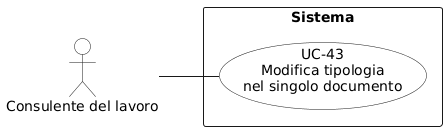
Above: RTB/Analisi dei Requisiti/diagrammi_use_case/UC-43.png in aLittleByte-19/Documentazione (PlantUML), before the change.
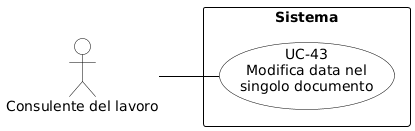
After the change.

The edit, as a diff of the source:
```diff
@@ -1,14 +1,27 @@
 @startuml
+skinparam shadowing false
+skinparam defaultFontName Arial
 left to right direction
-skinparam packageStyle rectangle
-skinparam usecaseBackgroundColor White
-skinparam actorBackgroundColor White
 
-actor "Consulente del lavoro" as consulente
+skinparam usecase {
+    BackgroundColor white
+    BorderColor black
+    ArrowColor black
+}
+skinparam actor {
+    BackgroundColor white
+    BorderColor black
+}
+skinparam rectangle {
+    BorderColor black
+    FontStyle bold
+}
+
+actor "Consulente del lavoro" as cdl
 
 rectangle "Sistema" {
-  usecase "UC-43\nModifica tipologia\nnel singolo documento" as uc43
+    usecase "UC-43\nModifica data nel\nsingolo documento" as UC43
 }
 
-consulente -- uc43
+cdl -- UC43
 @enduml
```
